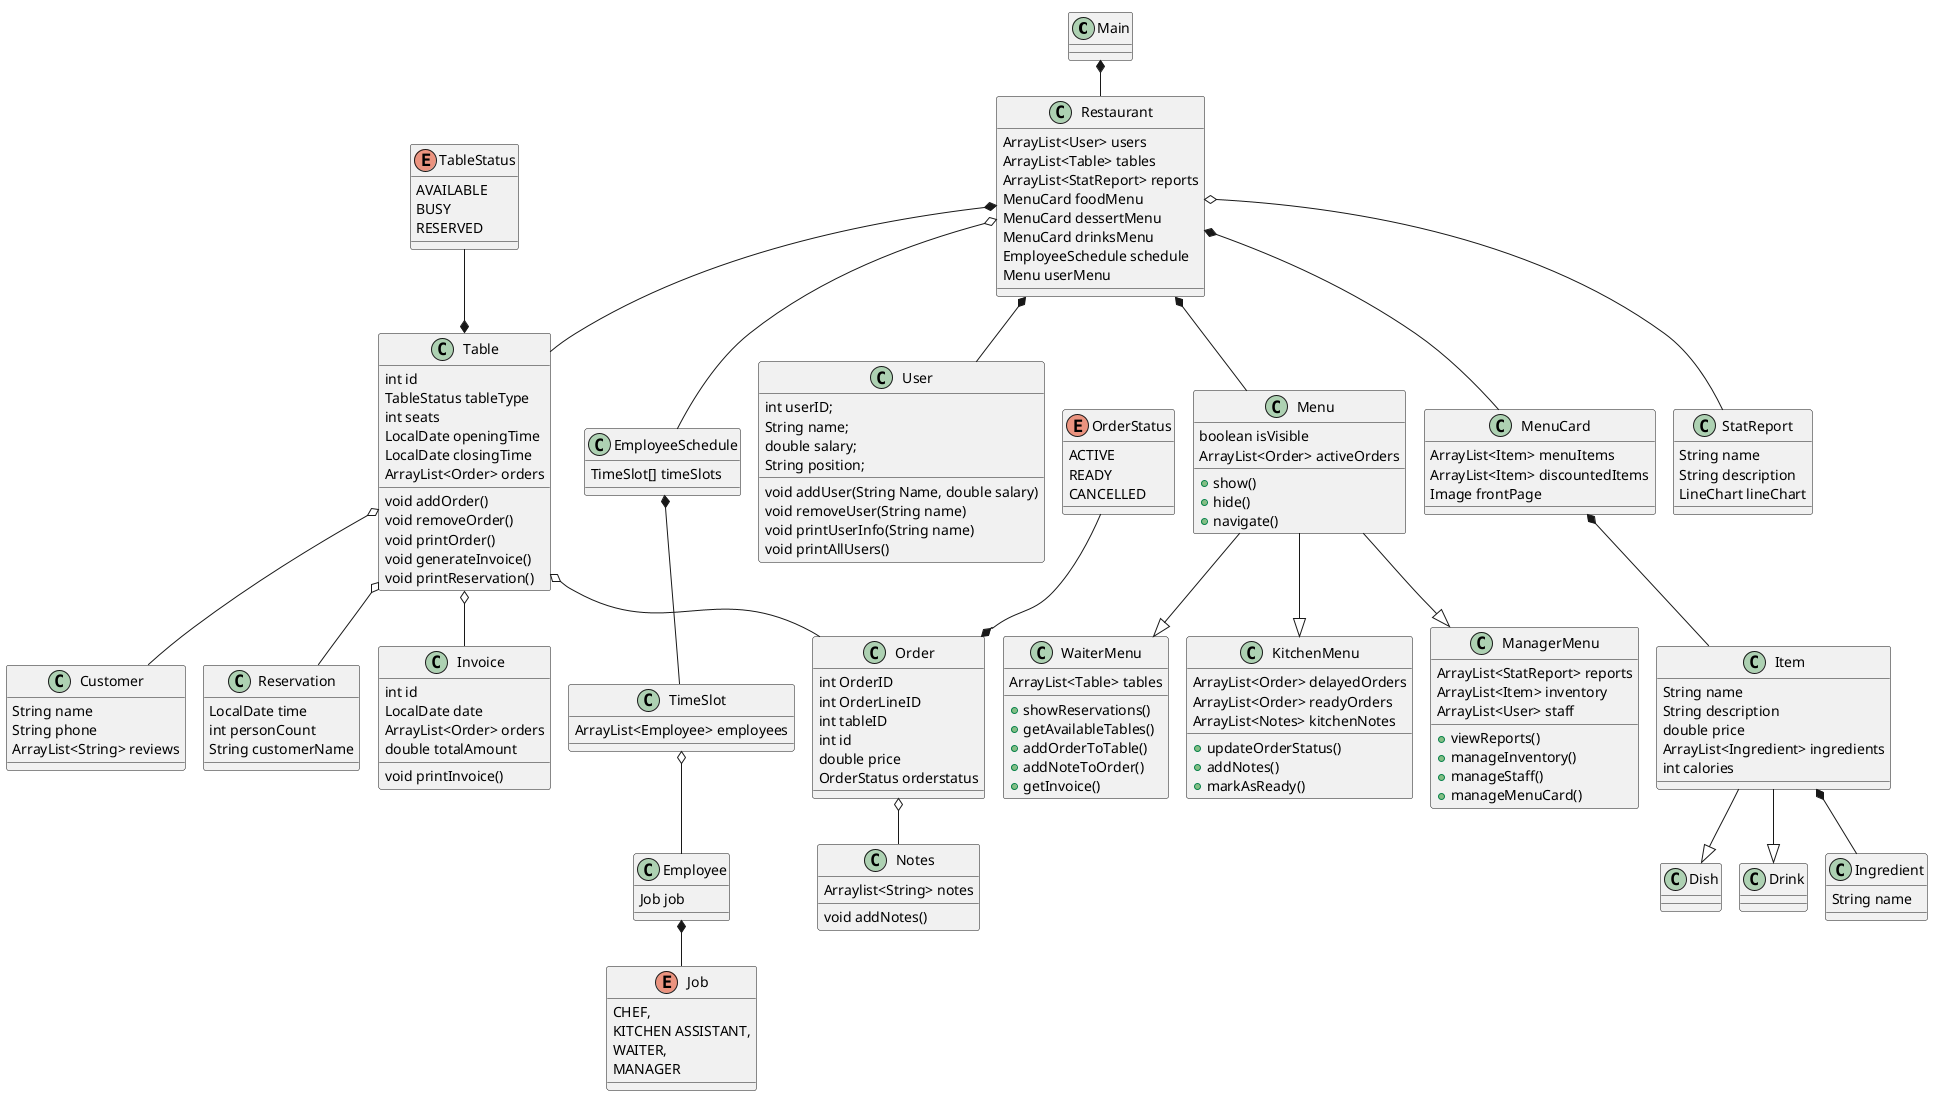
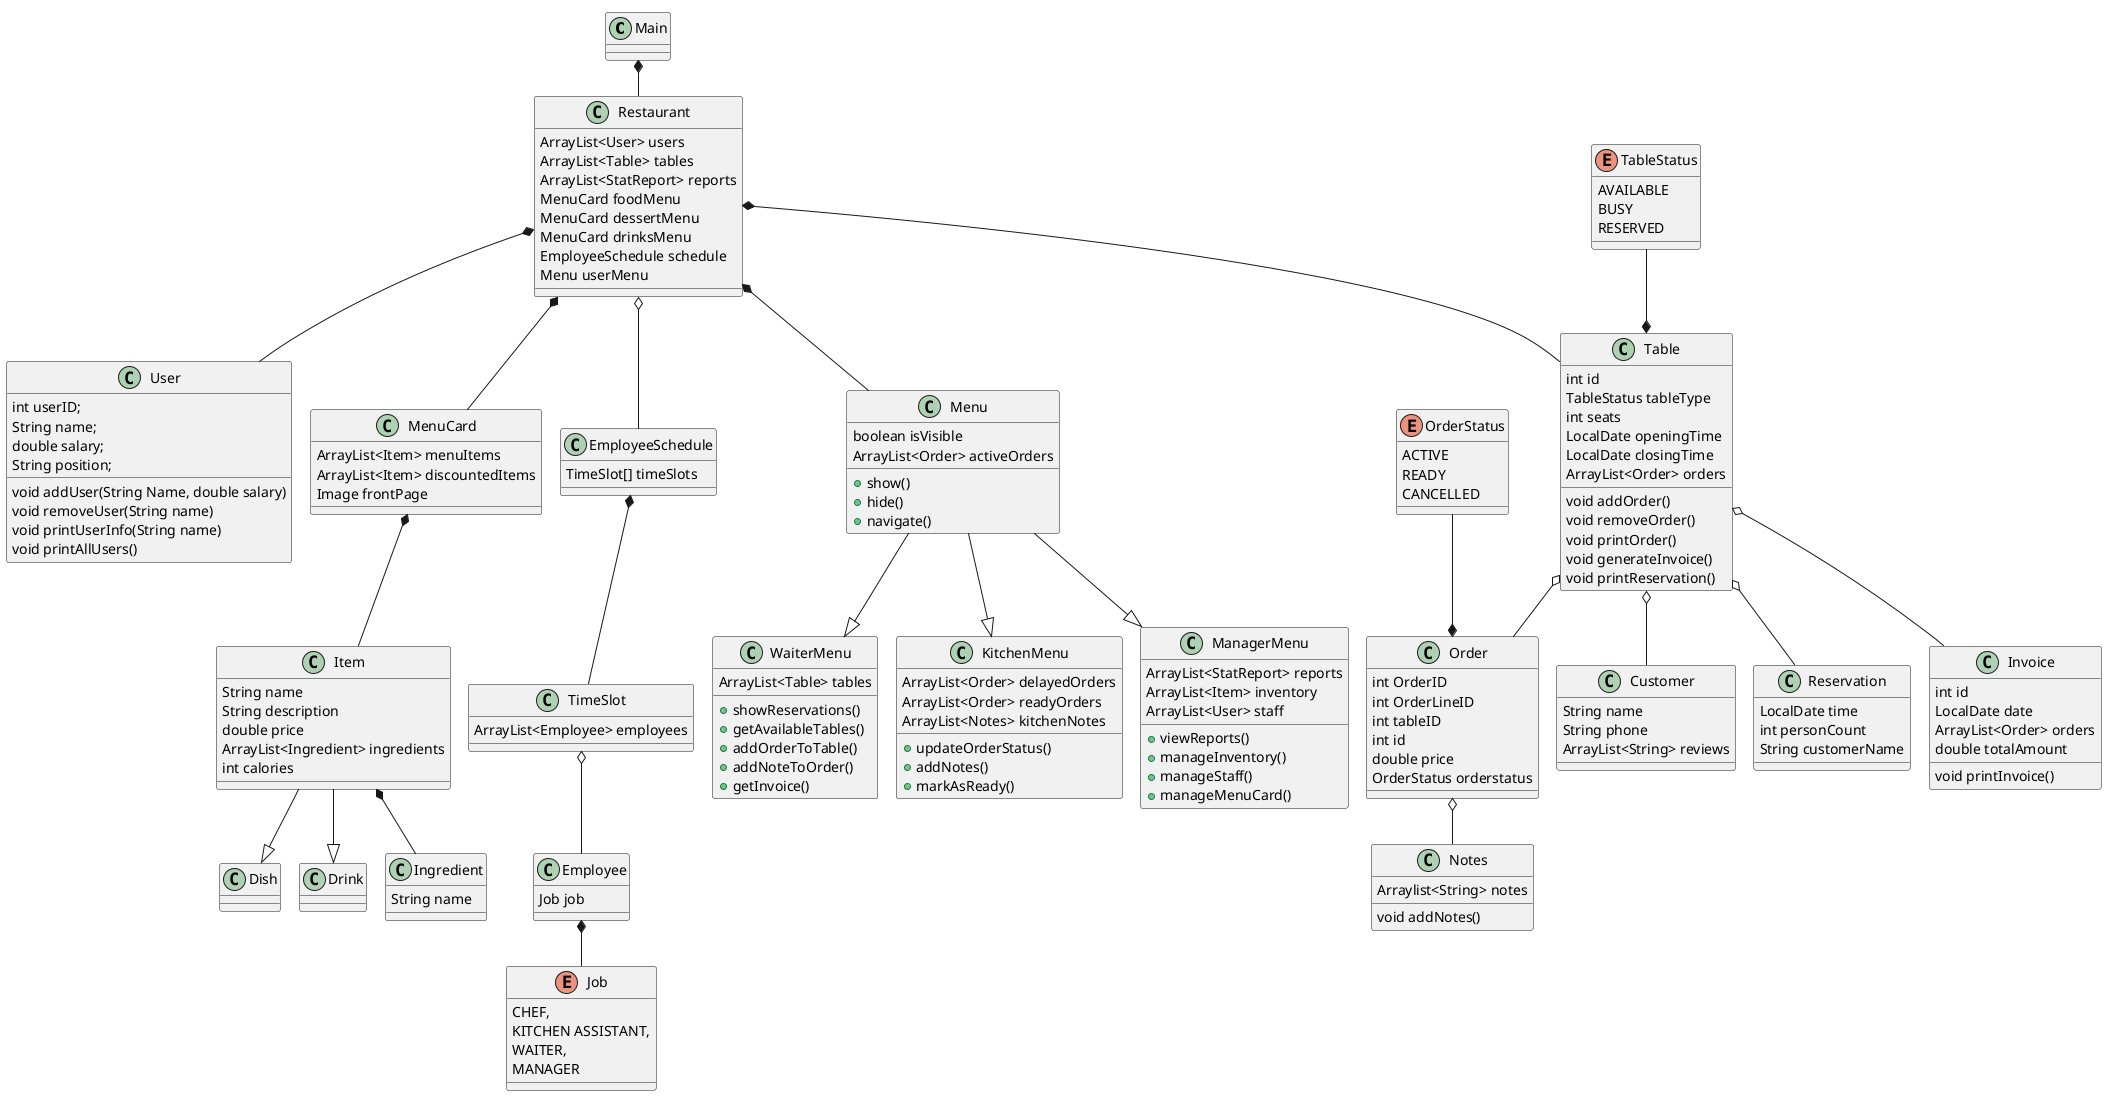
- @startuml
+  @startuml
!pragma layout smetana

' Del 1
class Main {

}
class Restaurant {
ArrayList<User> users
ArrayList<Table> tables
ArrayList<StatReport> reports
MenuCard foodMenu
MenuCard dessertMenu
MenuCard drinksMenu
EmployeeSchedule schedule
Menu userMenu

}
class User {
int userID;
String name;
double salary;
String position;

void addUser(String Name, double salary)
void removeUser(String name)
void printUserInfo(String name)
void printAllUsers()



}

' Del 2
class Menu{
    boolean isVisible
    ArrayList<Order> activeOrders
    + show()
    + hide()
    + navigate()
}

class KitchenMenu{
    ArrayList<Order> delayedOrders
    ArrayList<Order> readyOrders
    ArrayList<Notes> kitchenNotes
    + updateOrderStatus()
    + addNotes()
    + markAsReady()
}

class ManagerMenu {
    ArrayList<StatReport> reports
    ArrayList<Item> inventory
    ArrayList<User> staff
    + viewReports()
    + manageInventory()
    + manageStaff()
    + manageMenuCard()
}
class WaiterMenu {
    ArrayList<Table> tables
    + showReservations()
    + getAvailableTables()
    + addOrderToTable()
    + addNoteToOrder()
    + getInvoice()

}

' Del 3
class Table {
    int id
    TableStatus tableType
    int seats
    LocalDate openingTime
    LocalDate closingTime
    ArrayList<Order> orders

    void addOrder()
    void removeOrder()
    void printOrder()
    void generateInvoice()
    void printReservation()
}
enum TableStatus {
    AVAILABLE
    BUSY
    RESERVED
}
class Customer {
    String name
    String phone
    ArrayList<String> reviews
}
class Reservation {
    LocalDate time
    int personCount
    String customerName
}

class Order {
    int OrderID
    int OrderLineID
    int tableID
    int id
    double price
    OrderStatus orderstatus

}

enum OrderStatus{
    ACTIVE
    READY
    CANCELLED
}

class Notes {
    Arraylist<String> notes
    void addNotes()
}
class Invoice {
    int id
    LocalDate date
    ArrayList<Order> orders
    double totalAmount
    void printInvoice()
}

' Del 4
class MenuCard {
    ArrayList<Item> menuItems
    ArrayList<Item> discountedItems
    Image frontPage
}
class Item {
    String name
    String description
    double price
    ArrayList<Ingredient> ingredients
    int calories
}
class Dish
class Drink
class Ingredient {
    String name
}
- class StatReport {
-     String name
-     String description
-     LineChart lineChart
- }
class EmployeeSchedule {
    TimeSlot[] timeSlots
}

class TimeSlot {
    ArrayList<Employee> employees
}

class Employee {
    Job job
}

enum Job {
    CHEF,
    KITCHEN ASSISTANT,
    WAITER,
    MANAGER
}
Main *-- Restaurant
Restaurant *-- User
Restaurant *-- Menu
Menu --|> KitchenMenu
Menu --|> ManagerMenu
Menu --|> WaiterMenu
Restaurant *-- MenuCard
Restaurant *-- Table
TableStatus --* Table
Table o-- Order
Order o-- Notes
OrderStatus --* Order
Table o-- Customer
Table o-- Invoice
Table o-- Reservation
- Restaurant o-- StatReport
Restaurant o-- EmployeeSchedule
EmployeeSchedule *-- TimeSlot
TimeSlot o-- Employee
Employee *-- Job
MenuCard *-- Item
Item --|> Dish
Item --|> Drink
Item *-- Ingredient

@enduml